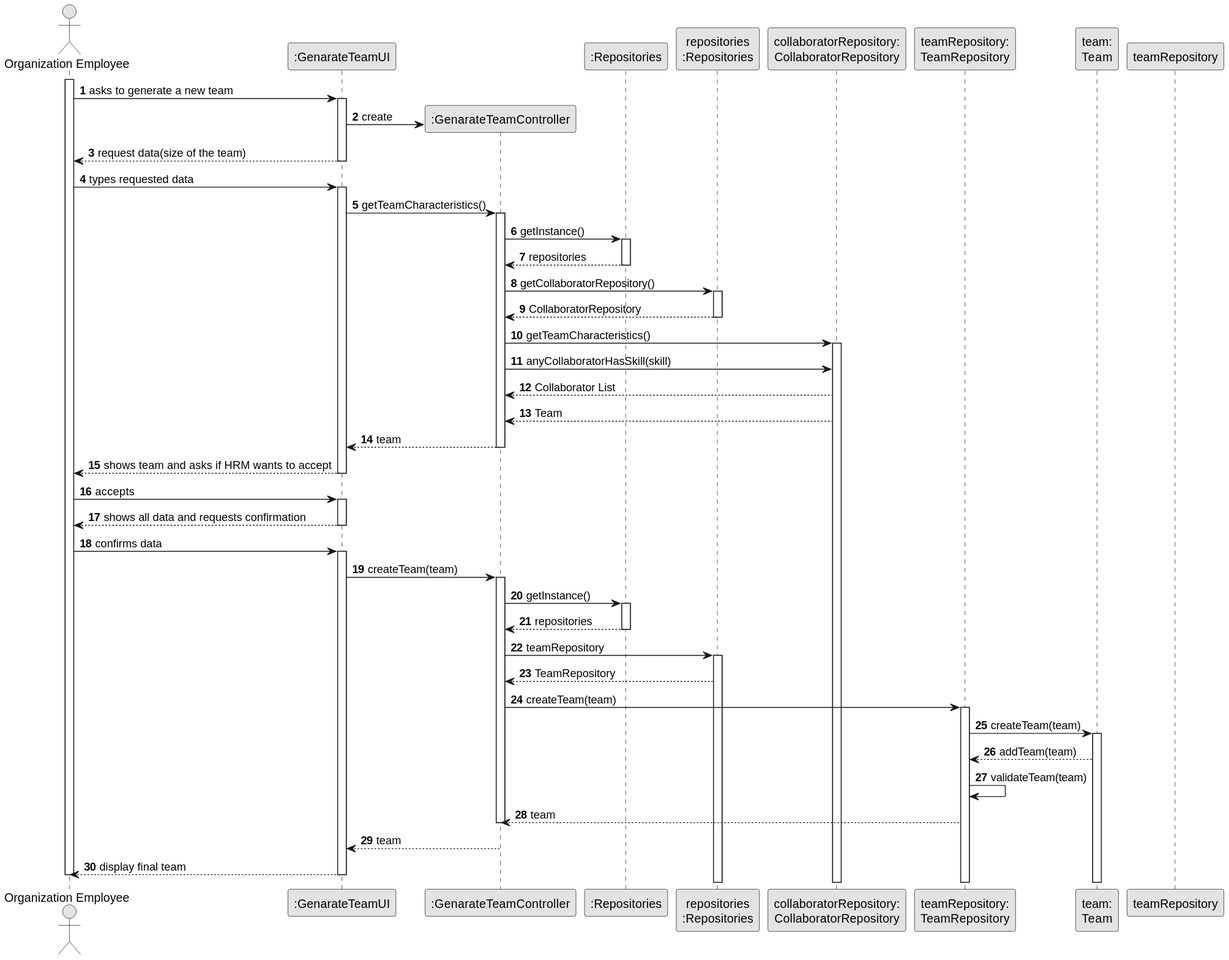
The PlantUML diagram docs/sprintB/us005/03.design/svg/us005-sequence-diagram-full.svg in Departamento-de-Engenharia-Informatica/lei-24-s2-1dkl-g134, before a commit.
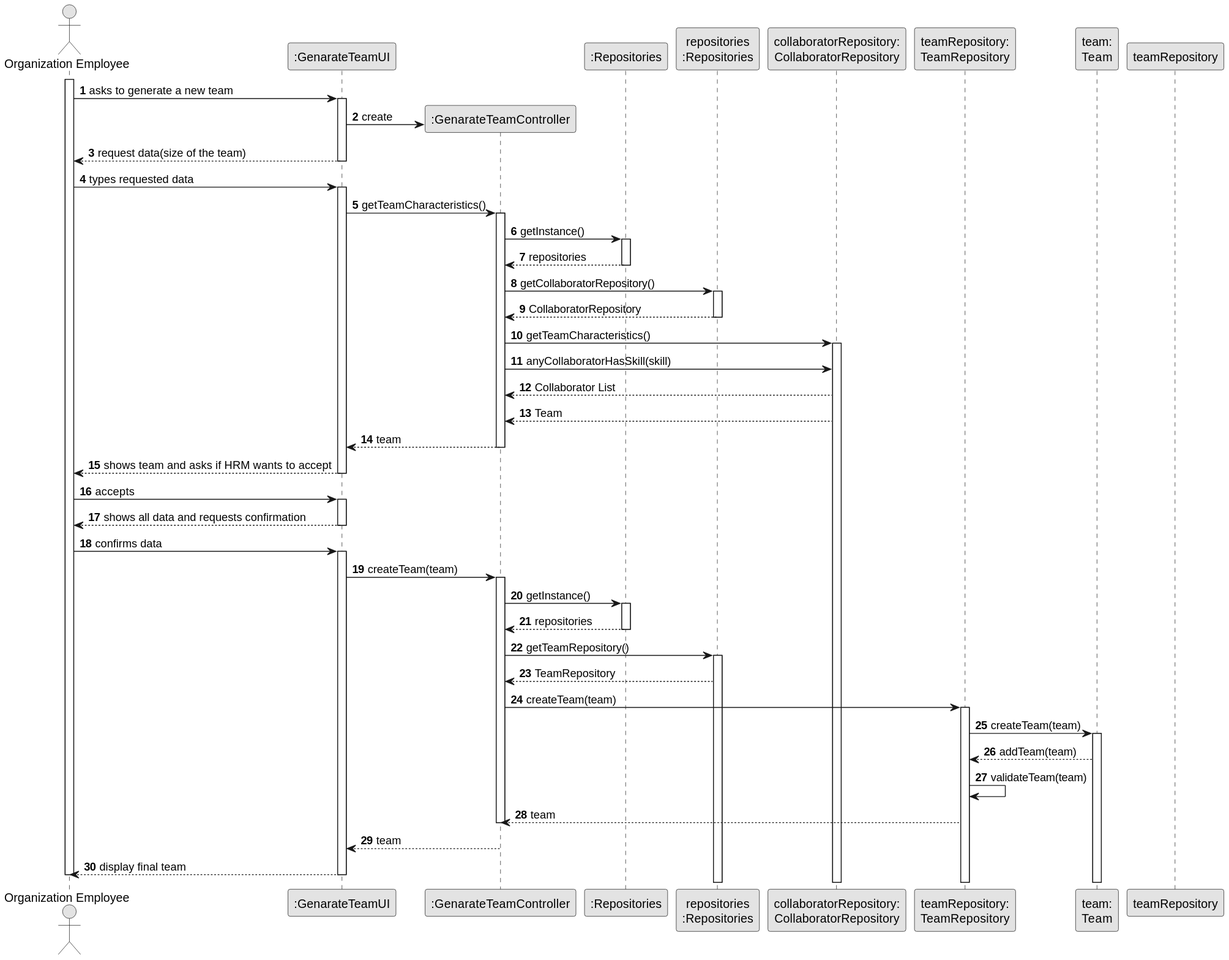
After the commit.

Commit message:
Conclusion of US03 SD-full

Change to the diagram source:
```diff
@@ -81,7 +81,7 @@
     RepositorySingleton -->  CTRL : repositories
     deactivate RepositorySingleton
 
-    CTRL -> PLAT: teamRepository
+    CTRL -> PLAT: getTeamRepository()
     activate PLAT
 
     PLAT --> CTRL: TeamRepository
```
